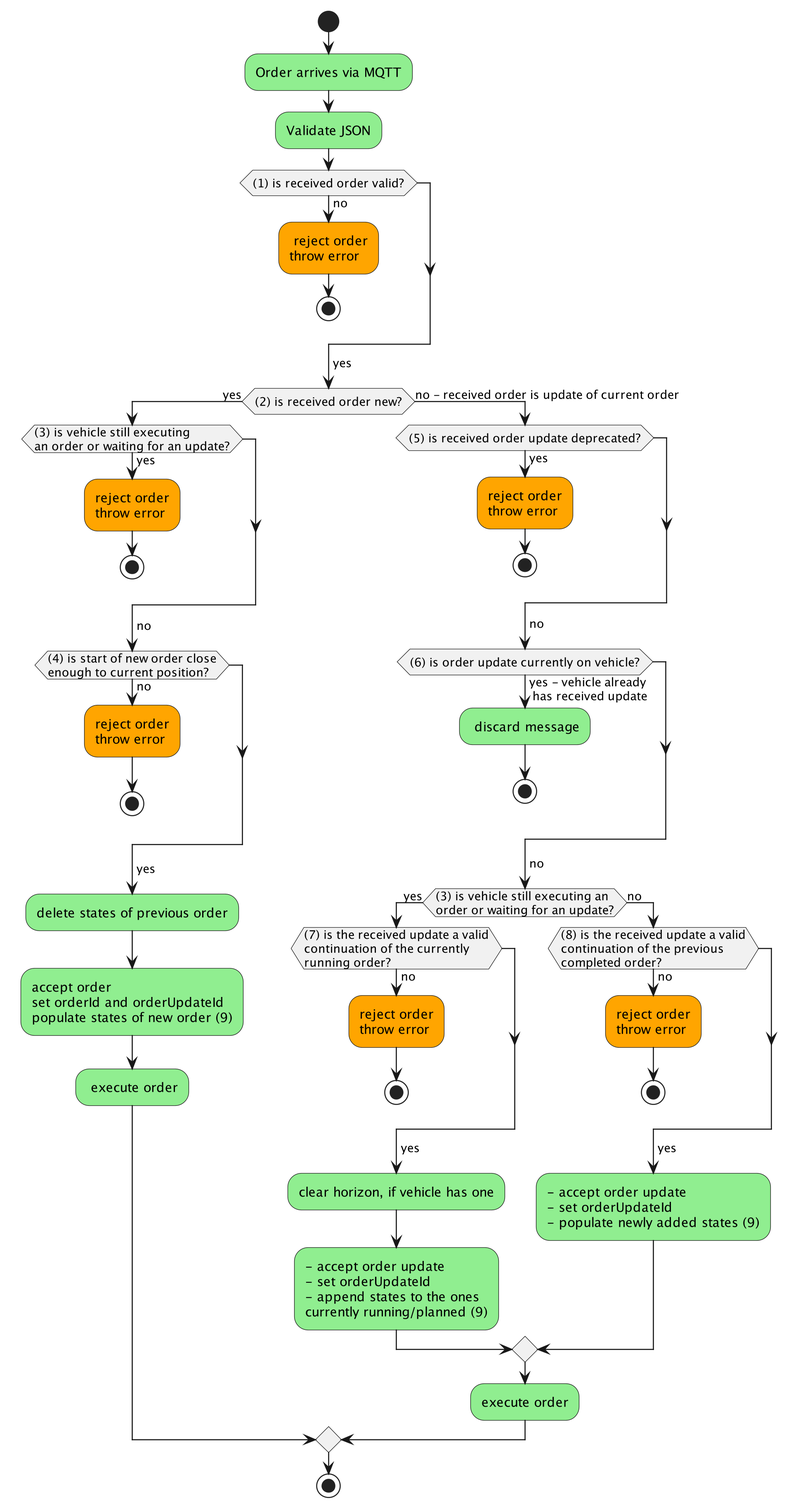
This is assets/process_order_update.png from VDA5050/VDA5050, a PlantUML export, as it was before one commit.
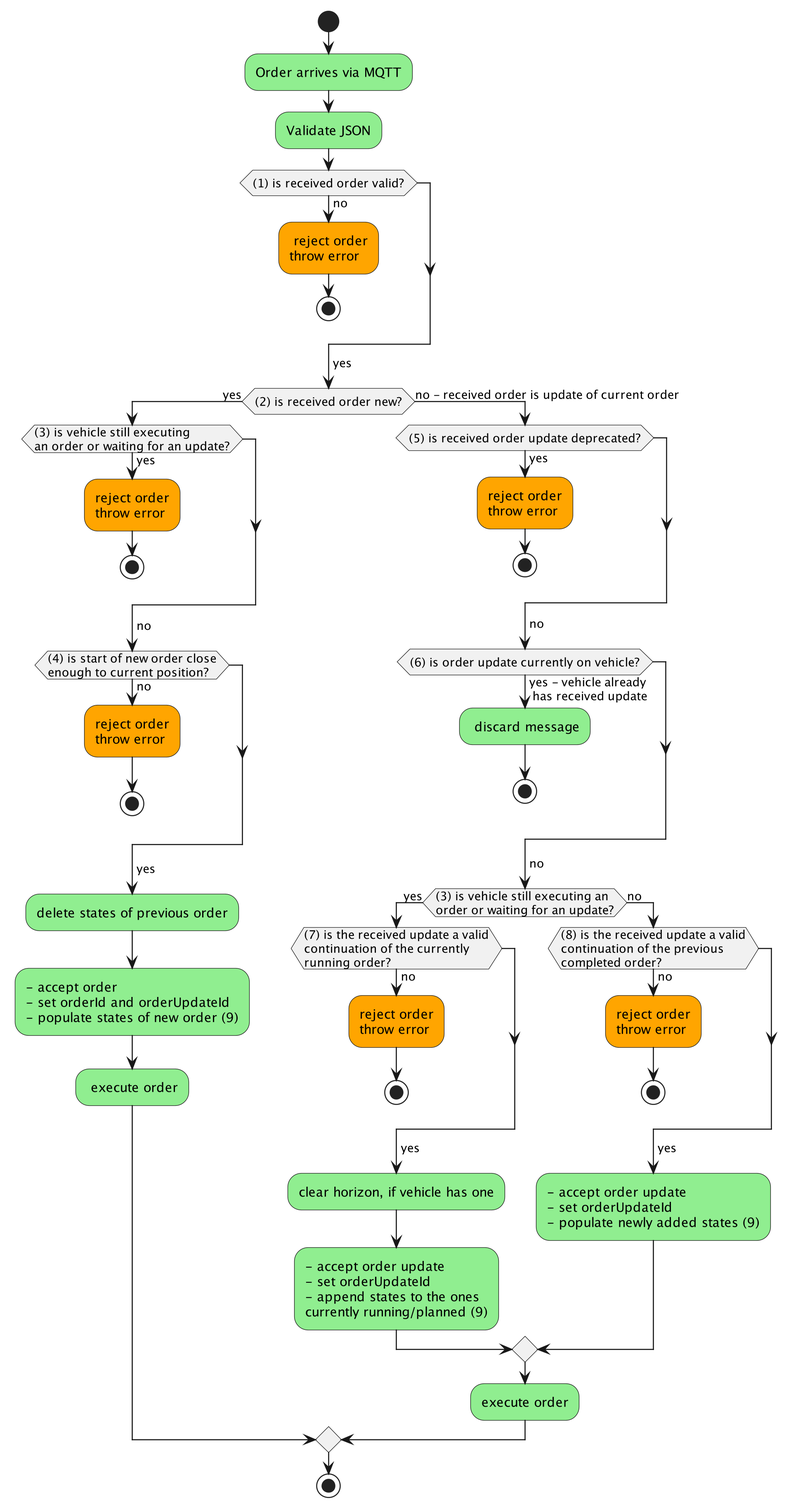
After the change.

Commit message:
Updated map_distribution_process, so finishing all instant actions are to be reported and added - in process_order_update to be style consistent.

Change to the diagram source:
```diff
@@ -21,7 +21,7 @@
             endif
             ->yes;
                 #lightgreen:delete states of previous order;
-                #lightgreen:accept order\nset orderId and orderUpdateId\npopulate states of new order (9);
+                #lightgreen:- accept order\n- set orderId and orderUpdateId\n- populate states of new order (9);
           #lightgreen: execute order;
      else (no - received order is update of current order)
         if ((5) is received order update deprecated?) then (yes)
```
